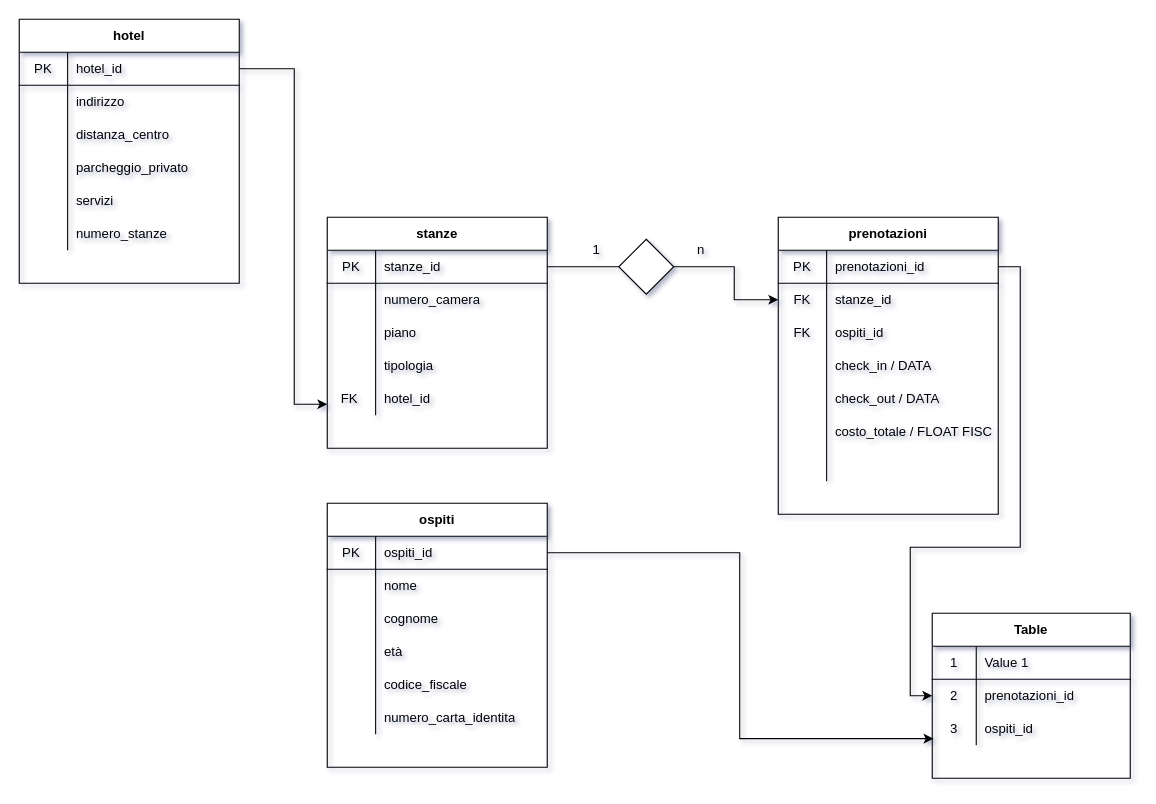
Before: db-hotel.drawio in robertoattanasio/db-hotel, a draw.io diagram. Source tidied: cells renumbered, new cells numbered last; positions are measured from the earlier drawing's top-left corner, leaving out a move shared by most shapes. Both pictures are drawn from the tidied source at 110%, with x=0, y=0 at pixel (19, 19).
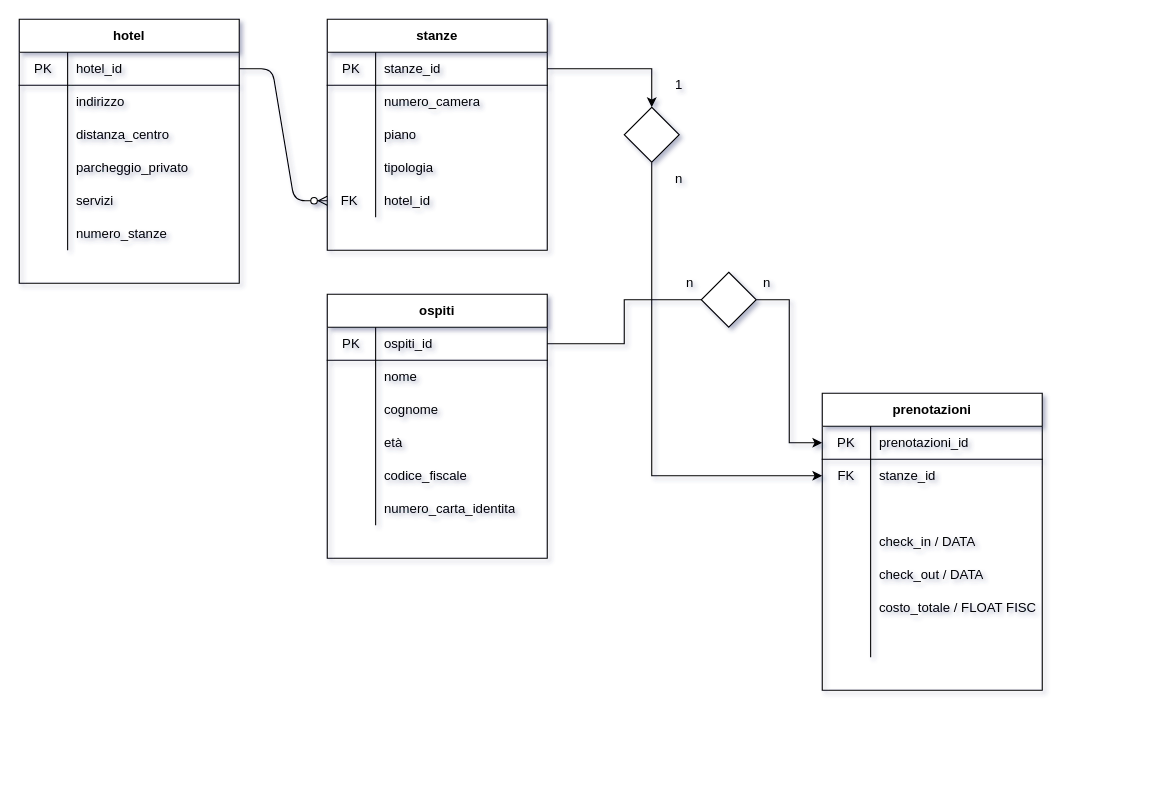
Above is the later version.

Commit message (it also covers changes not shown here):
Correzione grafico

The change refers to these unchanged cells:
```xml
<mxCell id="3" style="shape=partialRectangle;html=1;whiteSpace=wrap;fillColor=none;top=0;left=0;bottom=1;right=0;points=[[0,0.5],[1,0.5]];portConstraint=eastwest;" parent="2" vertex="1">
  <mxGeometry y="30" width="200" height="30" as="geometry" />
</mxCell>
<mxCell id="6" style="shape=partialRectangle;html=1;whiteSpace=wrap;fillColor=none;top=0;left=0;bottom=0;right=0;points=[[0,0.5],[1,0.5]];portConstraint=eastwest;" parent="2" vertex="1">
  <mxGeometry y="60" width="200" height="30" as="geometry" />
</mxCell>
<mxCell id="9" style="shape=partialRectangle;html=1;whiteSpace=wrap;fillColor=none;top=0;left=0;bottom=0;right=0;" parent="2" vertex="1">
  <mxGeometry y="90" width="200" height="30" as="geometry" />
</mxCell>
<mxCell id="25" style="shape=partialRectangle;html=1;whiteSpace=wrap;fillColor=none;top=0;left=0;bottom=1;right=0;points=[[0,0.5],[1,0.5]];portConstraint=eastwest;" parent="24" vertex="1">
  <mxGeometry y="30" width="200" height="30" as="geometry" />
</mxCell>
<mxCell id="44" style="shape=partialRectangle;html=1;whiteSpace=wrap;fillColor=none;top=0;left=0;bottom=1;right=0;points=[[0,0.5],[1,0.5]];portConstraint=eastwest;" parent="43" vertex="1">
  <mxGeometry y="30" width="200" height="30" as="geometry" />
</mxCell>
<mxCell id="56" style="shape=partialRectangle;html=1;whiteSpace=wrap;fillColor=none;top=0;left=0;bottom=0;right=0;points=[[0,0.5],[1,0.5]];portConstraint=eastwest;" parent="43" vertex="1">
  <mxGeometry y="150" width="200" height="30" as="geometry" />
</mxCell>
<mxCell id="60" style="shape=partialRectangle;html=1;whiteSpace=wrap;fillColor=none;top=0;left=0;bottom=1;right=0;points=[[0,0.5],[1,0.5]];portConstraint=eastwest;" parent="59" vertex="1">
  <mxGeometry y="30" width="200" height="30" as="geometry" />
</mxCell>
```

The edit, as a diff of the source:
```diff
@@
     <mxCell id="2" value="prenotazioni" style="shape=table;html=1;whiteSpace=wrap;startSize=30;childLayout=tableLayout;rowLines=0;fontStyle=1;align=center;" parent="1" vertex="1">
-      <mxGeometry x="690" y="180" width="200" height="270" as="geometry" />
+      <mxGeometry x="730" y="340" width="200" height="270" as="geometry" />
     </mxCell>
@@
-    <mxCell id="10" value="FK" style="shape=partialRectangle;html=1;whiteSpace=wrap;fillColor=none;top=0;left=0;bottom=0;right=0;overflow=hidden;" parent="9" vertex="1">
+    <mxCell id="10" style="shape=partialRectangle;html=1;whiteSpace=wrap;fillColor=none;top=0;left=0;bottom=0;right=0;overflow=hidden;" parent="9" vertex="1">
       <mxGeometry width="44" height="30" as="geometry" />
     </mxCell>
-    <mxCell id="11" value="ospiti_id" style="shape=partialRectangle;html=1;whiteSpace=wrap;fillColor=none;top=0;left=0;bottom=0;right=0;align=left;spacingLeft=6;overflow=hidden;" parent="9" vertex="1">
+    <mxCell id="11" style="shape=partialRectangle;html=1;whiteSpace=wrap;fillColor=none;top=0;left=0;bottom=0;right=0;align=left;spacingLeft=6;overflow=hidden;" parent="9" vertex="1">
       <mxGeometry x="44" width="156" height="30" as="geometry" />
     </mxCell>
@@
     <mxCell id="24" value="ospiti" style="shape=table;html=1;whiteSpace=wrap;startSize=30;childLayout=tableLayout;rowLines=0;fontStyle=1;align=center;" parent="1" vertex="1">
-      <mxGeometry x="280" y="440" width="200" height="240" as="geometry" />
+      <mxGeometry x="280" y="250" width="200" height="240" as="geometry" />
     </mxCell>
@@
     <mxCell id="43" value="stanze" style="shape=table;html=1;whiteSpace=wrap;startSize=30;childLayout=tableLayout;rowLines=0;fontStyle=1;align=center;" parent="1" vertex="1">
-      <mxGeometry x="280" y="180" width="200" height="210" as="geometry" />
+      <mxGeometry x="280" width="200" height="210" as="geometry" />
     </mxCell>
@@
-    <mxCell id="78" style="edgeStyle=orthogonalEdgeStyle;rounded=0;jettySize=auto;html=1;exitX=1;exitY=0.5;exitDx=0;exitDy=0;entryX=0;entryY=0.5;entryDx=0;entryDy=0;startArrow=none;" parent="1" edge="1" source="79" target="6">
-      <mxGeometry relative="1" as="geometry">
-        <Array as="points">
-          <mxPoint x="650" y="225" />
-          <mxPoint x="650" y="255" />
-        </Array>
-      </mxGeometry>
+    <mxCell id="78" style="edgeStyle=orthogonalEdgeStyle;rounded=0;jettySize=auto;html=1;exitX=0.5;exitY=1;exitDx=0;exitDy=0;entryX=0;entryY=0.5;entryDx=0;entryDy=0;" parent="1" edge="1" source="79" target="6">
+      <mxGeometry relative="1" as="geometry" />
     </mxCell>
     <mxCell id="79" style="rhombus;whiteSpace=wrap;html=1;" parent="1" vertex="1">
-      <mxGeometry x="545" y="200" width="50" height="50" as="geometry" />
+      <mxGeometry x="550" y="80" width="50" height="50" as="geometry" />
     </mxCell>
-    <mxCell id="80" style="edgeStyle=orthogonalEdgeStyle;rounded=0;jettySize=auto;html=1;exitX=1;exitY=0.5;exitDx=0;exitDy=0;entryX=0;entryY=0.5;entryDx=0;entryDy=0;endArrow=none;" parent="1" edge="1" source="44" target="79">
-      <mxGeometry relative="1" as="geometry" />
-    </mxCell>
     <mxCell id="81" value="1" style="text;html=1;strokeColor=none;fillColor=none;align=center;verticalAlign=middle;whiteSpace=wrap;rounded=0;" parent="1" vertex="1">
-      <mxGeometry x="505" y="200" width="40" height="20" as="geometry" />
+      <mxGeometry x="580" y="50" width="40" height="20" as="geometry" />
     </mxCell>
     <mxCell id="82" value="n" style="text;html=1;strokeColor=none;fillColor=none;align=center;verticalAlign=middle;whiteSpace=wrap;rounded=0;" parent="1" vertex="1">
-      <mxGeometry x="600" y="200" width="40" height="20" as="geometry" />
+      <mxGeometry x="580" y="135" width="40" height="20" as="geometry" />
     </mxCell>
-    <mxCell id="83" value="Table" style="shape=table;html=1;whiteSpace=wrap;startSize=30;childLayout=tableLayout;rowLines=0;fontStyle=1;align=center;" parent="1" vertex="1">
-      <mxGeometry x="830" y="540" width="180" height="150" as="geometry" />
-    </mxCell>
-    <mxCell id="84" style="shape=partialRectangle;html=1;whiteSpace=wrap;fillColor=none;top=0;left=0;bottom=1;right=0;" parent="83" vertex="1">
-      <mxGeometry y="30" width="180" height="30" as="geometry" />
-    </mxCell>
-    <mxCell id="85" value="1" style="shape=partialRectangle;html=1;whiteSpace=wrap;fillColor=none;top=0;left=0;bottom=0;right=0;overflow=hidden;" parent="84" vertex="1">
-      <mxGeometry width="40" height="30" as="geometry" />
-    </mxCell>
-    <mxCell id="86" value="Value 1" style="shape=partialRectangle;html=1;whiteSpace=wrap;fillColor=none;top=0;left=0;bottom=0;right=0;align=left;spacingLeft=6;overflow=hidden;" parent="84" vertex="1">
-      <mxGeometry x="40" width="140" height="30" as="geometry" />
-    </mxCell>
-    <mxCell id="87" style="shape=partialRectangle;html=1;whiteSpace=wrap;fillColor=none;top=0;left=0;bottom=0;right=0;points=[[0,0.5],[1,0.5]];portConstraint=eastwest;" parent="83" vertex="1">
-      <mxGeometry y="60" width="180" height="30" as="geometry" />
-    </mxCell>
-    <mxCell id="88" value="2" style="shape=partialRectangle;html=1;whiteSpace=wrap;fillColor=none;top=0;left=0;bottom=0;right=0;overflow=hidden;" parent="87" vertex="1">
-      <mxGeometry width="40" height="30" as="geometry" />
-    </mxCell>
-    <mxCell id="89" value="prenotazioni_id" style="shape=partialRectangle;html=1;whiteSpace=wrap;fillColor=none;top=0;left=0;bottom=0;right=0;align=left;spacingLeft=6;overflow=hidden;" parent="87" vertex="1">
-      <mxGeometry x="40" width="140" height="30" as="geometry" />
-    </mxCell>
-    <mxCell id="90" style="shape=partialRectangle;html=1;whiteSpace=wrap;fillColor=none;top=0;left=0;bottom=0;right=0;points=[[0,0.5],[1,0.5]];portConstraint=eastwest;" parent="83" vertex="1">
-      <mxGeometry y="90" width="180" height="30" as="geometry" />
-    </mxCell>
-    <mxCell id="91" value="3" style="shape=partialRectangle;html=1;whiteSpace=wrap;fillColor=none;top=0;left=0;bottom=0;right=0;overflow=hidden;" parent="90" vertex="1">
-      <mxGeometry width="40" height="30" as="geometry" />
-    </mxCell>
-    <mxCell id="92" value="ospiti_id" style="shape=partialRectangle;html=1;whiteSpace=wrap;fillColor=none;top=0;left=0;bottom=0;right=0;align=left;spacingLeft=6;overflow=hidden;" parent="90" vertex="1">
-      <mxGeometry x="40" width="140" height="30" as="geometry" />
-    </mxCell>
-    <mxCell id="93" style="edgeStyle=orthogonalEdgeStyle;rounded=0;jettySize=auto;html=1;exitX=1;exitY=0.5;exitDx=0;exitDy=0;entryX=0.006;entryY=0.8;entryDx=0;entryDy=0;entryPerimeter=0;" parent="1" edge="1" source="25" target="90">
-      <mxGeometry relative="1" as="geometry" />
-    </mxCell>
-    <mxCell id="94" style="edgeStyle=orthogonalEdgeStyle;rounded=0;jettySize=auto;html=1;exitX=1;exitY=0.5;exitDx=0;exitDy=0;entryX=0;entryY=0.5;entryDx=0;entryDy=0;" parent="1" edge="1" source="3" target="87">
-      <mxGeometry relative="1" as="geometry">
-        <Array as="points">
-          <mxPoint x="910" y="225" />
-          <mxPoint x="910" y="480" />
-          <mxPoint x="810" y="480" />
-          <mxPoint x="810" y="615" />
-        </Array>
-      </mxGeometry>
-    </mxCell>
-    <mxCell id="95" style="edgeStyle=orthogonalEdgeStyle;rounded=0;jettySize=auto;html=1;exitX=1;exitY=0.5;exitDx=0;exitDy=0;" parent="1" edge="1" source="60">
-      <mxGeometry relative="1" as="geometry">
-        <mxPoint x="280" y="350" as="targetPoint" />
-        <Array as="points">
-          <mxPoint x="250" y="45" />
-          <mxPoint x="250" y="350" />
-        </Array>
-      </mxGeometry>
-    </mxCell>
     <mxCell id="96" value="FK" style="text;html=1;align=center;verticalAlign=middle;strokeColor=none;" parent="1" vertex="1">
-      <mxGeometry x="285" y="335" width="30" height="20" as="geometry" />
+      <mxGeometry x="285" y="155" width="30" height="20" as="geometry" />
     </mxCell>
+    <mxCell id="97" style="edgeStyle=entityRelationEdgeStyle;fontSize=12;html=1;endArrow=ERzeroToMany;endFill=1;exitX=1;exitY=0.5;exitDx=0;exitDy=0;entryX=0;entryY=0.5;entryDx=0;entryDy=0;" parent="1" edge="1" source="60" target="56">
+      <mxGeometry relative="1" as="geometry" />
+    </mxCell>
+    <mxCell id="80" style="edgeStyle=orthogonalEdgeStyle;rounded=0;jettySize=auto;html=1;exitX=1;exitY=0.5;exitDx=0;exitDy=0;entryX=0.5;entryY=0;entryDx=0;entryDy=0;" parent="1" edge="1" source="44" target="79">
+      <mxGeometry relative="1" as="geometry" />
+    </mxCell>
+    <mxCell id="98" style="edgeStyle=orthogonalEdgeStyle;rounded=0;jettySize=auto;html=1;exitX=1;exitY=0.5;exitDx=0;exitDy=0;entryX=0;entryY=0.5;entryDx=0;entryDy=0;startArrow=none;" parent="1" edge="1" source="99" target="3">
+      <mxGeometry relative="1" as="geometry">
+        <Array as="points">
+          <mxPoint x="700" y="255" />
+          <mxPoint x="700" y="385" />
+        </Array>
+      </mxGeometry>
+    </mxCell>
+    <mxCell id="99" style="rhombus;whiteSpace=wrap;html=1;" parent="1" vertex="1">
+      <mxGeometry x="620" y="230" width="50" height="50" as="geometry" />
+    </mxCell>
+    <mxCell id="100" style="edgeStyle=orthogonalEdgeStyle;rounded=0;jettySize=auto;html=1;exitX=1;exitY=0.5;exitDx=0;exitDy=0;entryX=0;entryY=0.5;entryDx=0;entryDy=0;endArrow=none;" parent="1" edge="1" source="25" target="99">
+      <mxGeometry relative="1" as="geometry" />
+    </mxCell>
+    <mxCell id="101" value="n" style="text;html=1;strokeColor=none;fillColor=none;align=center;verticalAlign=middle;whiteSpace=wrap;rounded=0;" parent="1" vertex="1">
+      <mxGeometry x="660" y="230" width="40" height="20" as="geometry" />
+    </mxCell>
+    <mxCell id="102" value="n" style="text;html=1;strokeColor=none;fillColor=none;align=center;verticalAlign=middle;whiteSpace=wrap;rounded=0;" parent="1" vertex="1">
+      <mxGeometry x="590" y="230" width="40" height="20" as="geometry" />
+    </mxCell>
```
